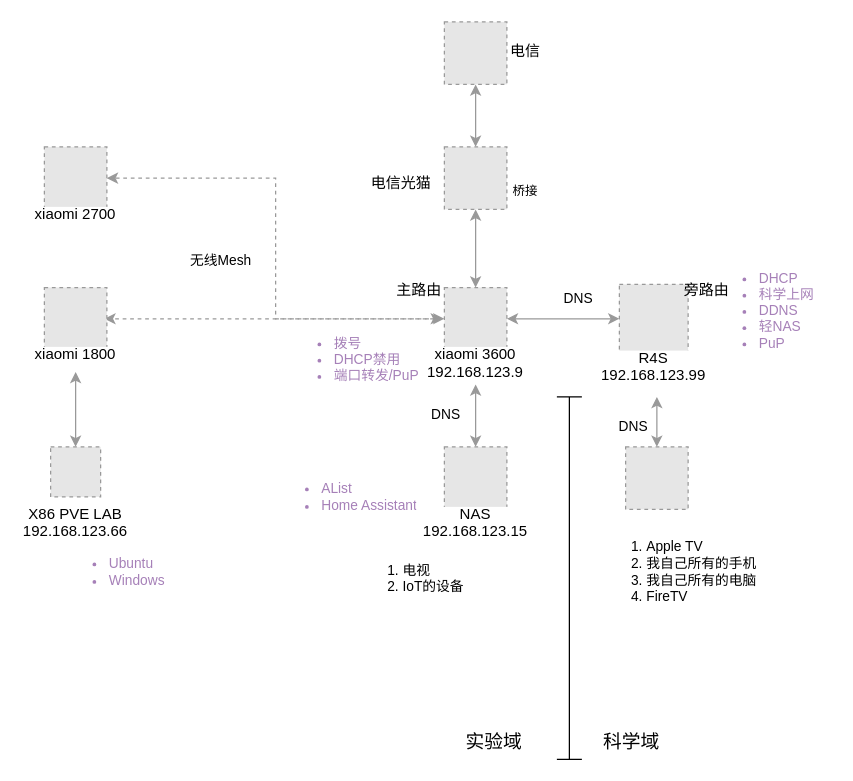
Before: page "side route" (6 of 8) of openwrt.drawio in quboqin/drawio, a draw.io diagram. Source tidied: cells renumbered, new cells numbered last; positions are measured from the earlier drawing's top-left corner, leaving out a move shared by most shapes. Both pictures are drawn from the tidied source at 125%, with x=0, y=0 at pixel (44, 21). Pictures stored in the file or linked from it are replaced by grey dashed boxes.
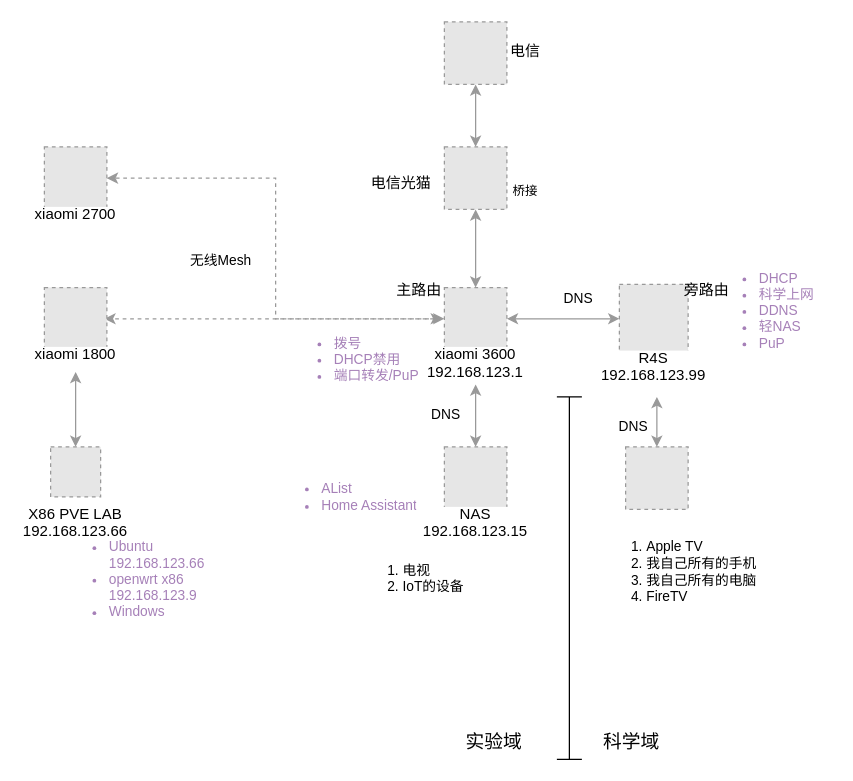
After the change.

Change to the diagram source:
```diff
@@
-    <mxCell id="11" value="xiaomi 3600&#10;192.168.123.9" style="fillColor=#E6E6E6;strokeColor=#999999;dashed=1;verticalLabelPosition=bottom;labelBackgroundColor=default;verticalAlign=top;spacingTop=-10;" parent="1" vertex="1">
+    <mxCell id="11" value="xiaomi 3600&#10;192.168.123.1" style="fillColor=#E6E6E6;strokeColor=#999999;dashed=1;verticalLabelPosition=bottom;labelBackgroundColor=default;verticalAlign=top;spacingTop=-10;" parent="1" vertex="1">
       <mxGeometry x="320" y="212.5" width="50" height="50" as="geometry" />
     </mxCell>
@@
-    <mxCell id="34" value="&lt;ul&gt;&lt;li&gt;Ubuntu&lt;/li&gt;&lt;li&gt;Windows&lt;/li&gt;&lt;/ul&gt;" style="text;strokeColor=none;fillColor=none;html=1;whiteSpace=wrap;verticalAlign=middle;overflow=hidden;fontFamily=Helvetica;fontSize=11;fontColor=#A680B8;labelBackgroundColor=none;" parent="1" vertex="1">
+    <mxCell id="34" value="&lt;ul&gt;&lt;li&gt;Ubuntu 192.168.123.66&lt;/li&gt;&lt;li&gt;openwrt x86 192.168.123.9&lt;/li&gt;&lt;li&gt;Windows&lt;/li&gt;&lt;/ul&gt;" style="text;strokeColor=none;fillColor=none;html=1;whiteSpace=wrap;verticalAlign=middle;overflow=hidden;fontFamily=Helvetica;fontSize=11;fontColor=#A680B8;labelBackgroundColor=none;" parent="1" vertex="1">
       <mxGeometry x="10" y="400" width="130" height="80" as="geometry" />
     </mxCell>
```
